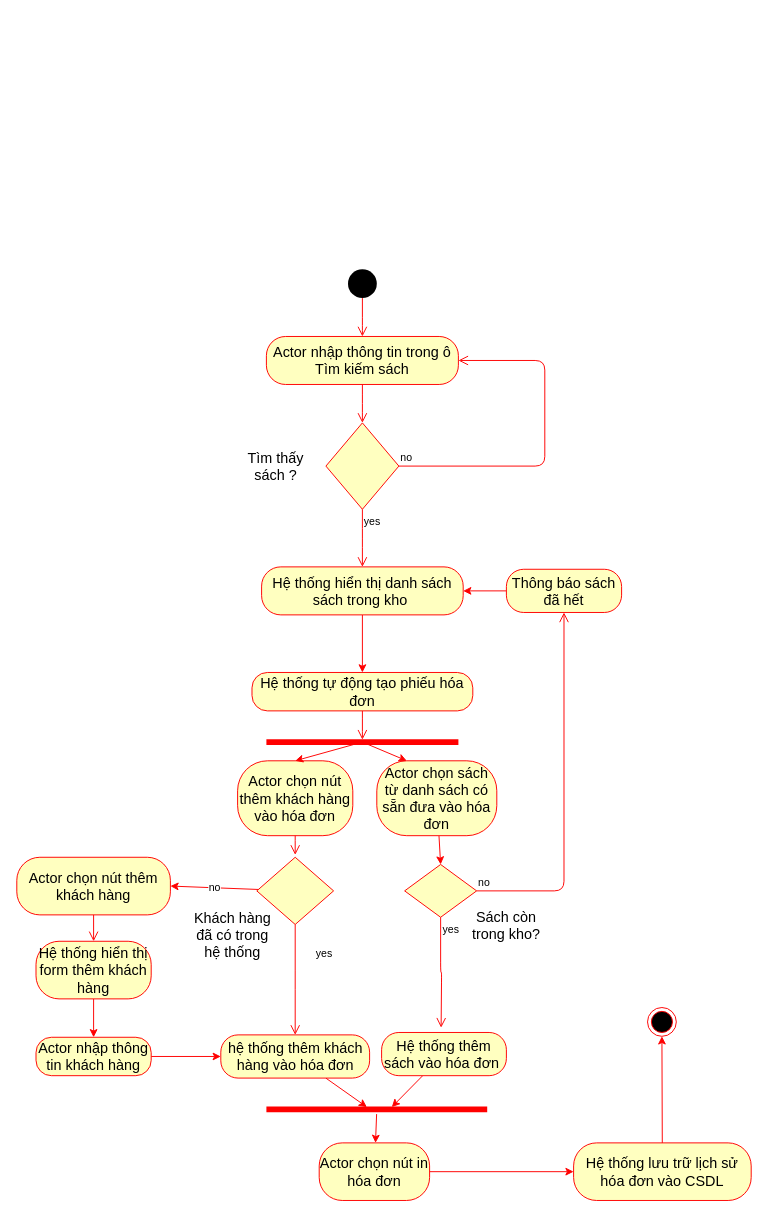
Before: quản lý bán sách - chức năng Bán hàng.drawio in hoangtan123vn/congnghephanmem3, a draw.io diagram. Source tidied: cells renumbered, new cells numbered last; positions are measured from the earlier drawing's top-left corner, leaving out a move shared by most shapes. Both pictures are drawn from the tidied source at 96%, with x=0, y=0 at pixel (16, 269).
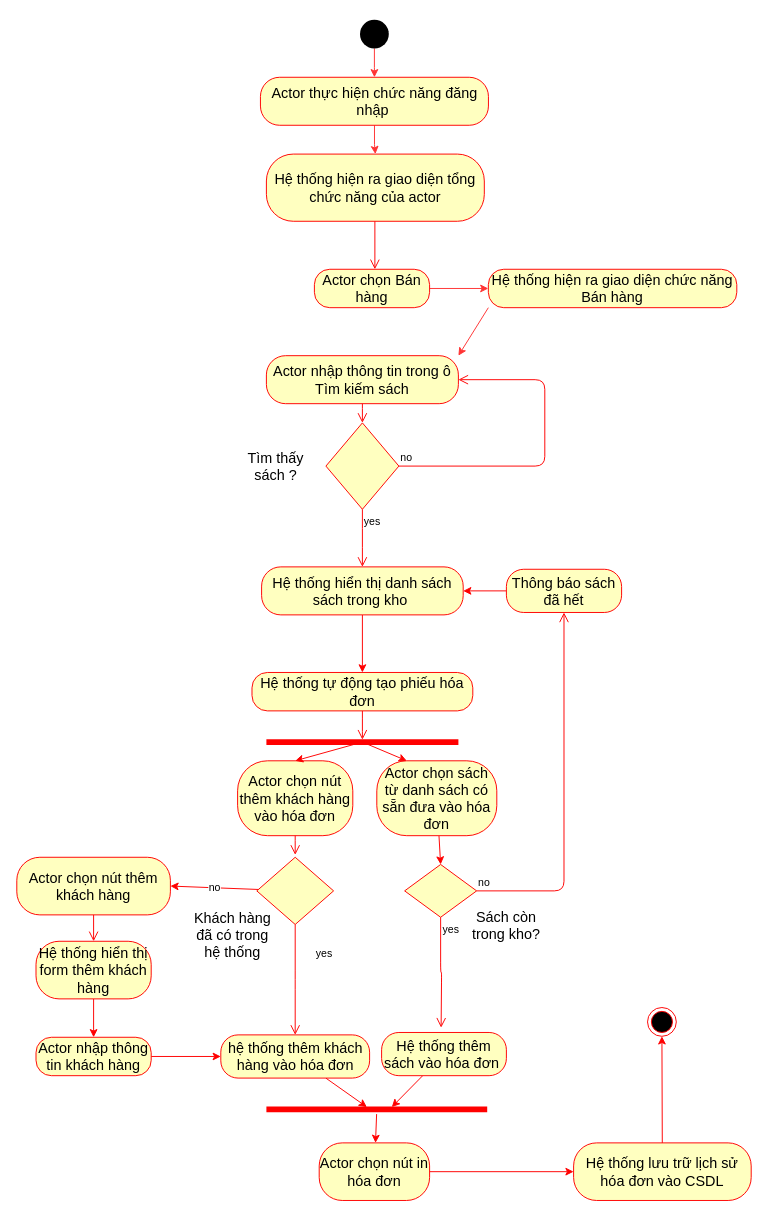
After the change.

Unchanged cells that the change refers to:
```xml
<mxCell id="8" style="rhombus;whiteSpace=wrap;html=1;fillColor=#ffffc0;strokeColor=#ff0000;" parent="1" vertex="1">
  <mxGeometry x="322" y="160" width="76" height="90" as="geometry" />
</mxCell>
```

Change to the diagram source:
```diff
@@
+    <mxCell id="50" style="edgeStyle=orthogonalEdgeStyle;rounded=0;jettySize=auto;html=1;entryX=0.5;entryY=0;entryDx=0;entryDy=0;strokeColor=#FF3333;" parent="1" edge="1" source="2" target="52">
+      <mxGeometry relative="1" as="geometry" />
+    </mxCell>
     <mxCell id="2" style="ellipse;fillColor=#000000;strokeColor=none;" parent="1" vertex="1">
-      <mxGeometry x="345" width="30" height="30" as="geometry" />
+      <mxGeometry x="357.5" y="-260" width="30" height="30" as="geometry" />
     </mxCell>
     <mxCell id="3" value="&lt;font style=&quot;font-size: 15px&quot;&gt;Actor nhập thông tin trong ô Tìm kiếm sách&lt;/font&gt;" style="rounded=1;whiteSpace=wrap;html=1;arcSize=40;fontColor=#000000;fillColor=#ffffc0;strokeColor=#ff0000;" parent="1" vertex="1">
-      <mxGeometry x="260" y="70" width="200" height="50" as="geometry" />
+      <mxGeometry x="260" y="90" width="200" height="50" as="geometry" />
     </mxCell>
@@
-    <mxCell id="5" style="edgeStyle=orthogonalEdgeStyle;html=1;verticalAlign=bottom;endArrow=open;endSize=8;strokeColor=#ff0000;exitX=0.5;exitY=1;exitDx=0;exitDy=0;" parent="1" edge="1" source="2">
-      <mxGeometry relative="1" as="geometry">
-        <mxPoint x="360" y="70" as="targetPoint" />
-        <Array as="points">
-          <mxPoint x="360" y="60" />
-          <mxPoint x="360" y="60" />
-        </Array>
-      </mxGeometry>
-    </mxCell>
@@
-    <mxCell id="9" value="no" style="edgeStyle=orthogonalEdgeStyle;html=1;align=left;verticalAlign=bottom;endArrow=open;endSize=8;strokeColor=#ff0000;entryX=1;entryY=0.5;entryDx=0;entryDy=0;exitX=1;exitY=0.5;exitDx=0;exitDy=0;" parent="1" edge="1" source="8" target="3">
+    <mxCell id="9" value="no" style="edgeStyle=orthogonalEdgeStyle;html=1;align=left;verticalAlign=bottom;endArrow=open;endSize=8;strokeColor=#ff0000;exitX=1;exitY=0.5;exitDx=0;exitDy=0;" parent="1" edge="1" source="8">
       <mxGeometry x="-1" relative="1" as="geometry">
+        <mxPoint x="460" y="115" as="targetPoint" />
         <Array as="points">
           <mxPoint x="550" y="205" />
-          <mxPoint x="550" y="95" />
+          <mxPoint x="550" y="115" />
         </Array>
       </mxGeometry>
     </mxCell>
@@
+    <mxCell id="51" style="edgeStyle=orthogonalEdgeStyle;rounded=0;jettySize=auto;html=1;entryX=0.5;entryY=0;entryDx=0;entryDy=0;strokeColor=#FF3333;" parent="1" edge="1" source="52" target="54">
+      <mxGeometry relative="1" as="geometry" />
+    </mxCell>
+    <mxCell id="52" value="&lt;font style=&quot;font-size: 15px&quot;&gt;Actor thực hiện chức năng đăng nhập&amp;nbsp;&lt;/font&gt;" style="rounded=1;whiteSpace=wrap;html=1;arcSize=40;fontColor=#000000;fillColor=#ffffc0;strokeColor=#ff0000;" parent="1" vertex="1">
+      <mxGeometry x="253.8" y="-200" width="237.5" height="50" as="geometry" />
+    </mxCell>
+    <mxCell id="53" style="edgeStyle=orthogonalEdgeStyle;rounded=0;orthogonalLoop=1;jettySize=auto;html=1;exitX=1;exitY=1;exitDx=0;exitDy=0;entryX=1;entryY=0;entryDx=0;entryDy=0;" parent="1" edge="1" source="2" target="2">
+      <mxGeometry relative="1" as="geometry" />
+    </mxCell>
+    <mxCell id="54" value="&lt;font style=&quot;font-size: 15px&quot;&gt;Hệ thống hiện ra giao diện tổng chức năng của actor&lt;/font&gt;" style="rounded=1;whiteSpace=wrap;html=1;arcSize=40;fontColor=#000000;fillColor=#ffffc0;strokeColor=#ff0000;" parent="1" vertex="1">
+      <mxGeometry x="260" y="-120" width="227" height="70" as="geometry" />
+    </mxCell>
+    <mxCell id="55" style="edgeStyle=orthogonalEdgeStyle;html=1;verticalAlign=bottom;endArrow=open;endSize=8;strokeColor=#ff0000;" parent="1" edge="1" source="54">
+      <mxGeometry relative="1" as="geometry">
+        <mxPoint x="373" as="targetPoint" />
+      </mxGeometry>
+    </mxCell>
+    <mxCell id="56" style="edgeStyle=orthogonalEdgeStyle;rounded=0;jettySize=auto;html=1;entryX=0;entryY=0.5;entryDx=0;entryDy=0;strokeColor=#FF3333;" parent="1" edge="1" source="57" target="59">
+      <mxGeometry relative="1" as="geometry" />
+    </mxCell>
+    <mxCell id="57" value="&lt;font style=&quot;font-size: 15px&quot;&gt;Actor chọn Bán hàng&lt;/font&gt;" style="rounded=1;whiteSpace=wrap;html=1;arcSize=40;fontColor=#000000;fillColor=#ffffc0;strokeColor=#ff0000;" parent="1" vertex="1">
+      <mxGeometry x="310" width="120" height="40" as="geometry" />
+    </mxCell>
+    <mxCell id="58" style="rounded=0;jettySize=auto;html=1;exitX=0;exitY=1;exitDx=0;exitDy=0;entryX=1;entryY=0;entryDx=0;entryDy=0;strokeColor=#FF3333;" parent="1" edge="1" source="59" target="3">
+      <mxGeometry relative="1" as="geometry" />
+    </mxCell>
+    <mxCell id="59" value="&lt;font style=&quot;font-size: 15px&quot;&gt;Hệ thống hiện ra giao diện chức năng Bán hàng&lt;/font&gt;" style="rounded=1;whiteSpace=wrap;html=1;arcSize=40;fontColor=#000000;fillColor=#ffffc0;strokeColor=#ff0000;" parent="1" vertex="1">
+      <mxGeometry x="491.2" width="258.8" height="40" as="geometry" />
+    </mxCell>
```
